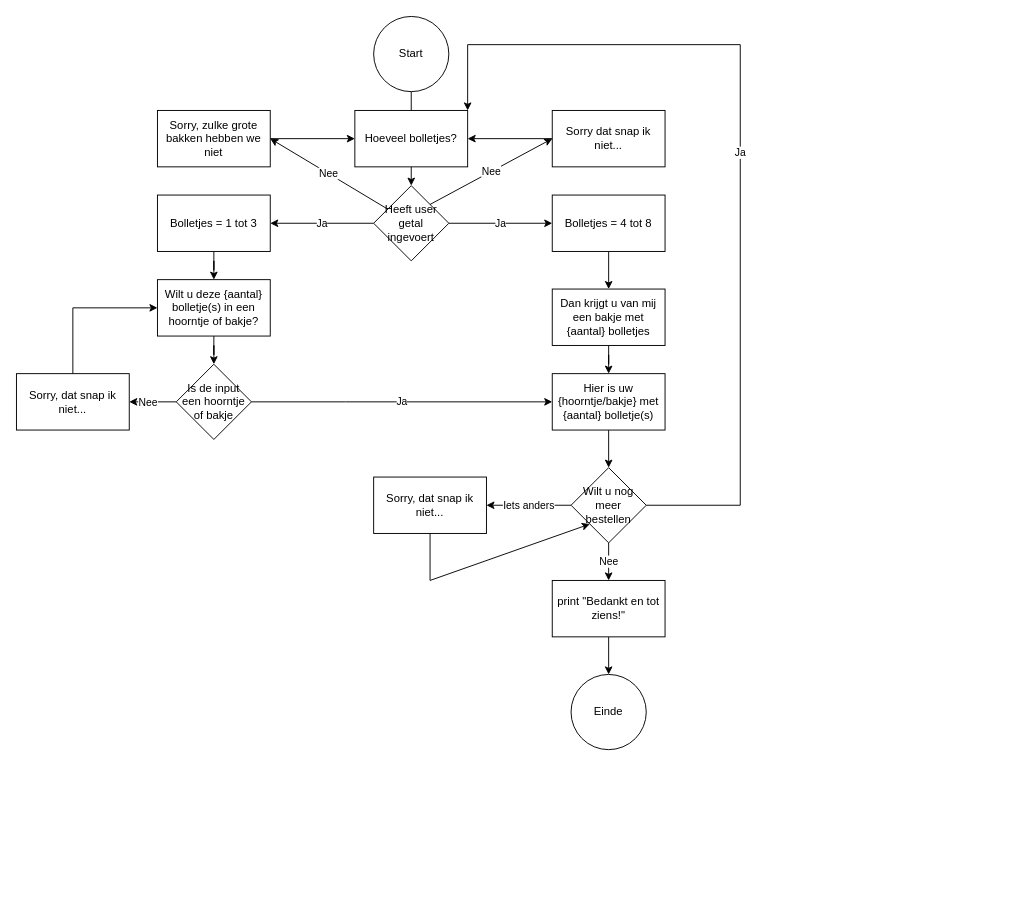
KevinXu04/leren-programmeren keeps this draw.io diagram as module_05-meer_fun(ctions)/proef_a-een_dry_ijssalon/ijssalon.drawio. Above is the earlier version. Source tidied: cells renumbered, new cells numbered last; positions are measured from the earlier drawing's top-left corner, leaving out a move shared by most shapes. Both pictures are drawn from the tidied source at 94%, with x=0, y=0 at pixel (16, 16).
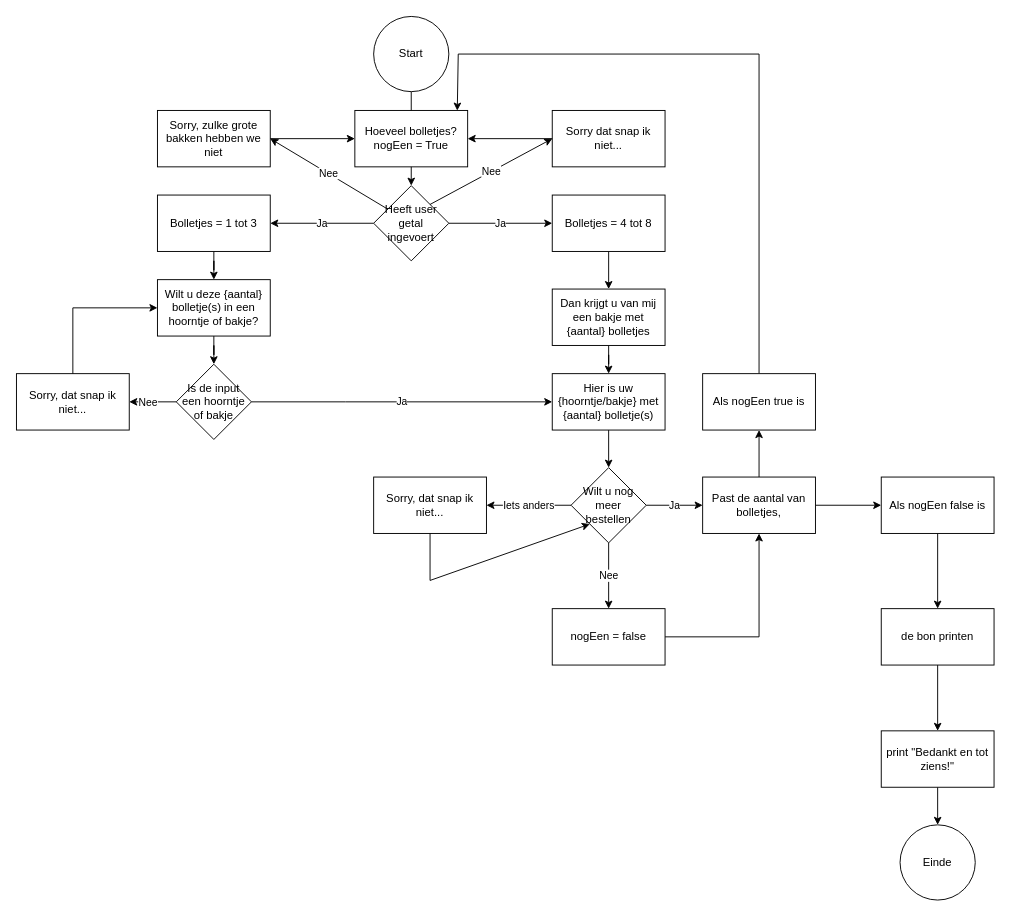
The same diagram, later.

Commit message (it also covers changes not shown here):
M5ProefA | Een DRY ijssalon | Een bonnetje

Unchanged cells that the change refers to:
```xml
<mxCell id="31" value="Wilt u nog meer bestellen" style="rhombus;whiteSpace=wrap;html=1;" parent="1" vertex="1">
  <mxGeometry x="590" y="480" width="80" height="80" as="geometry" />
</mxCell>
```

Diff of the diagram source:
```diff
@@
-    <mxCell id="4" value="Hoeveel bolletjes?" style="whiteSpace=wrap;html=1;" parent="1" vertex="1">
+    <mxCell id="4" value="Hoeveel bolletjes?&lt;br&gt;nogEen = True" style="whiteSpace=wrap;html=1;" parent="1" vertex="1">
       <mxGeometry x="360" y="100" width="120" height="60" as="geometry" />
     </mxCell>
@@
-    <mxCell id="30" value="Nee" style="edgeStyle=orthogonalEdgeStyle;rounded=0;jettySize=auto;html=1;" parent="1" edge="1" source="31" target="39">
+    <mxCell id="30" value="Nee" style="edgeStyle=orthogonalEdgeStyle;rounded=0;jettySize=auto;html=1;" parent="1" edge="1" source="31" target="44">
       <mxGeometry relative="1" as="geometry" />
     </mxCell>
+    <mxCell id="32" value="Ja" style="edgeStyle=orthogonalEdgeStyle;rounded=0;jettySize=auto;html=1;" parent="1" edge="1" source="31" target="42">
+      <mxGeometry relative="1" as="geometry" />
+    </mxCell>
@@
-    <mxCell id="32" value="Ja" style="endArrow=classic;html=1;rounded=0;exitX=1;exitY=0.5;exitDx=0;exitDy=0;entryX=1;entryY=0;entryDx=0;entryDy=0;" parent="1" edge="1" source="31" target="4">
-      <mxGeometry relative="1" as="geometry">
-        <Array as="points">
-          <mxPoint x="770" y="520" />
-          <mxPoint x="770" y="30" />
-          <mxPoint x="480" y="30" />
-        </Array>
-      </mxGeometry>
-    </mxCell>
@@
     <mxCell id="35" value="Einde" style="ellipse;whiteSpace=wrap;html=1;" parent="1" vertex="1">
-      <mxGeometry x="590" y="700" width="80" height="80" as="geometry" />
+      <mxGeometry x="940" y="860" width="80" height="80" as="geometry" />
     </mxCell>
@@
     <mxCell id="39" value="print &quot;Bedankt en tot ziens!&quot;" style="rounded=0;whiteSpace=wrap;html=1;" parent="1" vertex="1">
-      <mxGeometry x="570" y="600" width="120" height="60" as="geometry" />
+      <mxGeometry x="920" y="760" width="120" height="60" as="geometry" />
     </mxCell>
+    <mxCell id="40" style="edgeStyle=orthogonalEdgeStyle;rounded=0;jettySize=auto;html=1;" parent="1" edge="1" source="42" target="46">
+      <mxGeometry relative="1" as="geometry" />
+    </mxCell>
+    <mxCell id="41" style="edgeStyle=orthogonalEdgeStyle;rounded=0;jettySize=auto;html=1;" parent="1" edge="1" source="42" target="50">
+      <mxGeometry relative="1" as="geometry" />
+    </mxCell>
+    <mxCell id="42" value="Past de aantal van bolletjes," style="whiteSpace=wrap;html=1;" parent="1" vertex="1">
+      <mxGeometry x="730" y="490" width="120" height="60" as="geometry" />
+    </mxCell>
+    <mxCell id="43" style="edgeStyle=orthogonalEdgeStyle;rounded=0;jettySize=auto;html=1;" parent="1" edge="1" source="44" target="42">
+      <mxGeometry relative="1" as="geometry" />
+    </mxCell>
+    <mxCell id="44" value="nogEen = false" style="whiteSpace=wrap;html=1;" parent="1" vertex="1">
+      <mxGeometry x="570" y="630" width="120" height="60" as="geometry" />
+    </mxCell>
+    <mxCell id="45" style="edgeStyle=orthogonalEdgeStyle;rounded=0;jettySize=auto;html=1;" parent="1" edge="1" source="46" target="48">
+      <mxGeometry relative="1" as="geometry" />
+    </mxCell>
+    <mxCell id="46" value="Als nogEen false is" style="whiteSpace=wrap;html=1;" parent="1" vertex="1">
+      <mxGeometry x="920" y="490" width="120" height="60" as="geometry" />
+    </mxCell>
+    <mxCell id="47" style="edgeStyle=orthogonalEdgeStyle;rounded=0;jettySize=auto;html=1;" parent="1" edge="1" source="48" target="39">
+      <mxGeometry relative="1" as="geometry" />
+    </mxCell>
+    <mxCell id="48" value="de bon printen" style="whiteSpace=wrap;html=1;" parent="1" vertex="1">
+      <mxGeometry x="920" y="630" width="120" height="60" as="geometry" />
+    </mxCell>
+    <mxCell id="49" style="edgeStyle=orthogonalEdgeStyle;rounded=0;jettySize=auto;html=1;entryX=0.908;entryY=0.003;entryDx=0;entryDy=0;entryPerimeter=0;" parent="1" edge="1" source="50" target="4">
+      <mxGeometry relative="1" as="geometry">
+        <Array as="points">
+          <mxPoint x="790" y="40" />
+          <mxPoint x="470" y="40" />
+          <mxPoint x="470" y="100" />
+        </Array>
+      </mxGeometry>
+    </mxCell>
+    <mxCell id="50" value="Als nogEen true is" style="whiteSpace=wrap;html=1;" parent="1" vertex="1">
+      <mxGeometry x="730" y="380" width="120" height="60" as="geometry" />
+    </mxCell>
```
